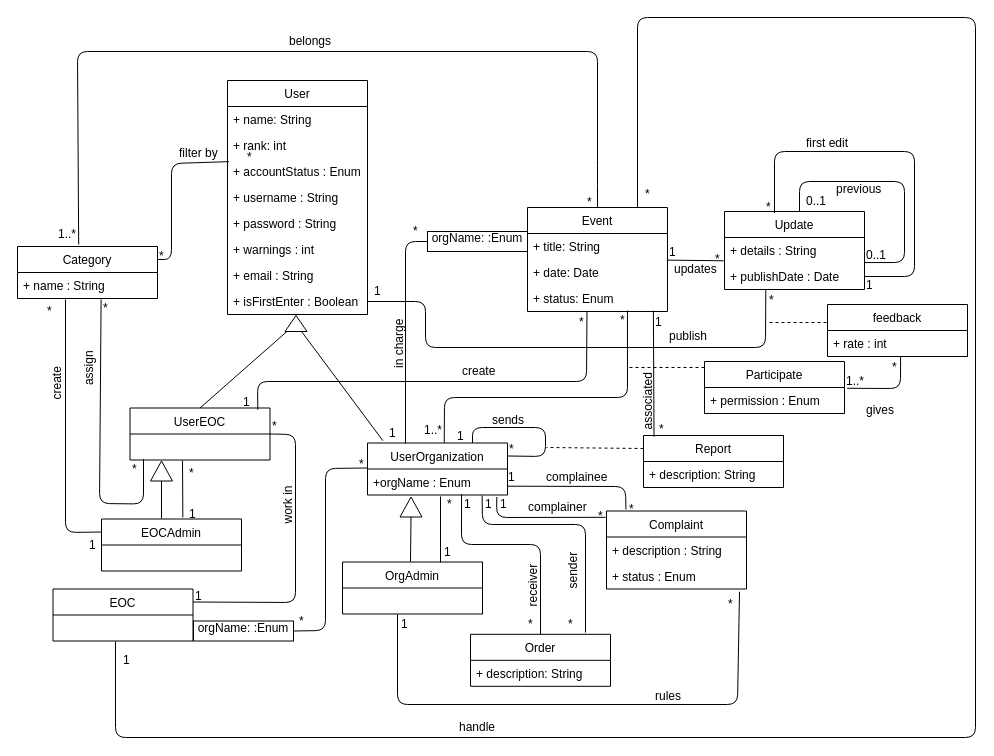
Before: page "Update Class Diagram" (3 of 3) of Untitled Diagram.drawio in anastasiakova/nituz2, a draw.io diagram. Source tidied: cells renumbered, new cells numbered last; positions are measured from the earlier drawing's top-left corner, leaving out a move shared by most shapes. Both pictures are drawn from the tidied source at 100%, with x=0, y=0 at pixel (17, 17).
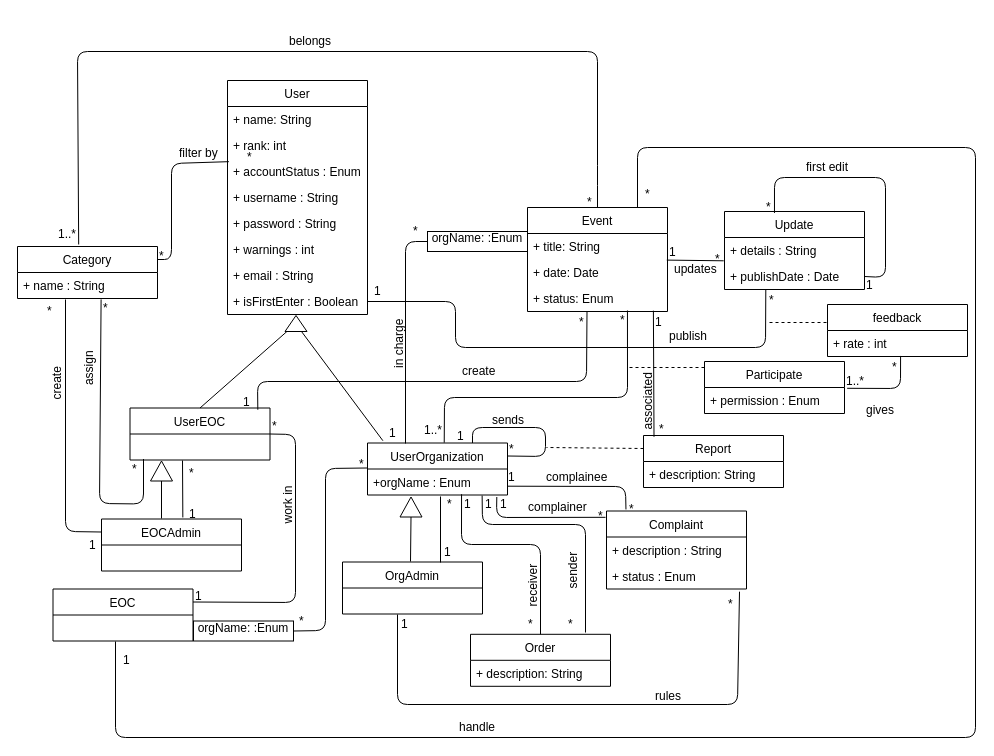
The same diagram, later.

Unchanged cells that the change refers to:
```xml
<mxCell id="10" value="+ isFirstEnter : Boolean&#10;" style="text;strokeColor=none;fillColor=none;align=left;verticalAlign=top;spacingLeft=4;spacingRight=4;overflow=hidden;points=[[0,0.5],[1,0.5]];portConstraint=eastwest;" parent="2" vertex="1">
  <mxGeometry y="208" width="140" height="26" as="geometry" />
</mxCell>
<mxCell id="15" value="Update" style="swimlane;fontStyle=0;horizontal=1;startSize=26;fillColor=none;" parent="1" vertex="1">
  <mxGeometry x="707" y="194" width="140" height="78" as="geometry" />
</mxCell>
<mxCell id="17" value="+ publishDate : Date" style="text;strokeColor=none;fillColor=none;align=left;verticalAlign=top;spacingLeft=4;spacingRight=4;overflow=hidden;points=[[0,0.5],[1,0.5]];portConstraint=eastwest;" parent="15" vertex="1">
  <mxGeometry y="52" width="140" height="26" as="geometry" />
</mxCell>
<mxCell id="21" value="EOCAdmin" style="swimlane;fontStyle=0;horizontal=1;startSize=26;fillColor=none;" parent="1" vertex="1">
  <mxGeometry x="84" y="501.5" width="140" height="52" as="geometry" />
</mxCell>
```

The edit, as a diff of the source:
```diff
@@
     <mxCell id="18" style="endArrow=none;html=1;entryX=1;entryY=0.5;entryDx=0;entryDy=0;exitX=0.357;exitY=0.019;exitDx=0;exitDy=0;exitPerimeter=0;" parent="15" edge="1" source="15" target="17">
       <mxGeometry relative="1" as="geometry">
         <Array as="points">
-          <mxPoint x="50" y="-60" />
-          <mxPoint x="190" y="-60" />
-          <mxPoint x="190" y="65" />
+          <mxPoint x="50" y="-34" />
+          <mxPoint x="161" y="-34" />
+          <mxPoint x="161" y="66" />
         </Array>
       </mxGeometry>
     </mxCell>
@@
-    <mxCell id="31" style="endArrow=none;html=1;entryX=0.998;entryY=-0.035;entryDx=0;entryDy=0;entryPerimeter=0;" parent="1" edge="1" target="17">
-      <mxGeometry relative="1" as="geometry">
-        <mxPoint x="782" y="194" as="sourcePoint" />
-        <Array as="points">
-          <mxPoint x="782" y="164" />
-          <mxPoint x="887" y="164" />
-          <mxPoint x="887" y="245" />
-        </Array>
-      </mxGeometry>
-    </mxCell>
@@
     <mxCell id="40" style="endArrow=none;html=1;entryX=0.295;entryY=0.997;entryDx=0;entryDy=0;entryPerimeter=0;" parent="1" edge="1" source="10" target="17">
       <mxGeometry relative="1" as="geometry">
         <Array as="points">
-          <mxPoint x="408" y="284" />
-          <mxPoint x="408" y="330" />
+          <mxPoint x="438" y="284" />
+          <mxPoint x="438" y="330" />
           <mxPoint x="748" y="330" />
         </Array>
       </mxGeometry>
     </mxCell>
     <mxCell id="41" style="endArrow=none;html=1;entryX=0;entryY=0.25;entryDx=0;entryDy=0;" parent="1" edge="1" target="21">
       <mxGeometry relative="1" as="geometry">
         <mxPoint x="48" y="282" as="sourcePoint" />
         <Array as="points">
-          <mxPoint x="48" y="515" />
+          <mxPoint x="48" y="514" />
         </Array>
       </mxGeometry>
     </mxCell>
@@
-    <mxCell id="53" value="previous" style="text;html=1;align=left;verticalAlign=top;spacingTop=-4;" parent="1" vertex="1">
-      <mxGeometry x="817" y="162" width="60" height="20" as="geometry" />
-    </mxCell>
-    <mxCell id="54" value="0..1" style="text;html=1;align=left;verticalAlign=top;spacingTop=-4;" parent="1" vertex="1">
-      <mxGeometry x="787" y="174" width="40" height="20" as="geometry" />
-    </mxCell>
-    <mxCell id="55" value="0..1" style="text;html=1;align=left;verticalAlign=top;spacingTop=-4;" parent="1" vertex="1">
-      <mxGeometry x="847" y="228" width="40" height="20" as="geometry" />
-    </mxCell>
     <mxCell id="56" value="first edit" style="text;html=1;align=left;verticalAlign=top;spacingTop=-4;" parent="1" vertex="1">
-      <mxGeometry x="787" y="116" width="60" height="20" as="geometry" />
+      <mxGeometry x="787" y="140" width="60" height="20" as="geometry" />
     </mxCell>
@@
     <mxCell id="137" style="endArrow=none;html=1;" parent="1" edge="1">
       <mxGeometry relative="1" as="geometry">
         <mxPoint x="98" y="624" as="sourcePoint" />
         <mxPoint x="620" y="190" as="targetPoint" />
         <Array as="points">
           <mxPoint x="98" y="720" />
           <mxPoint x="958" y="720" />
-          <mxPoint x="958" />
-          <mxPoint x="620" />
+          <mxPoint x="958" y="130" />
+          <mxPoint x="620" y="130" />
         </Array>
       </mxGeometry>
     </mxCell>
```
